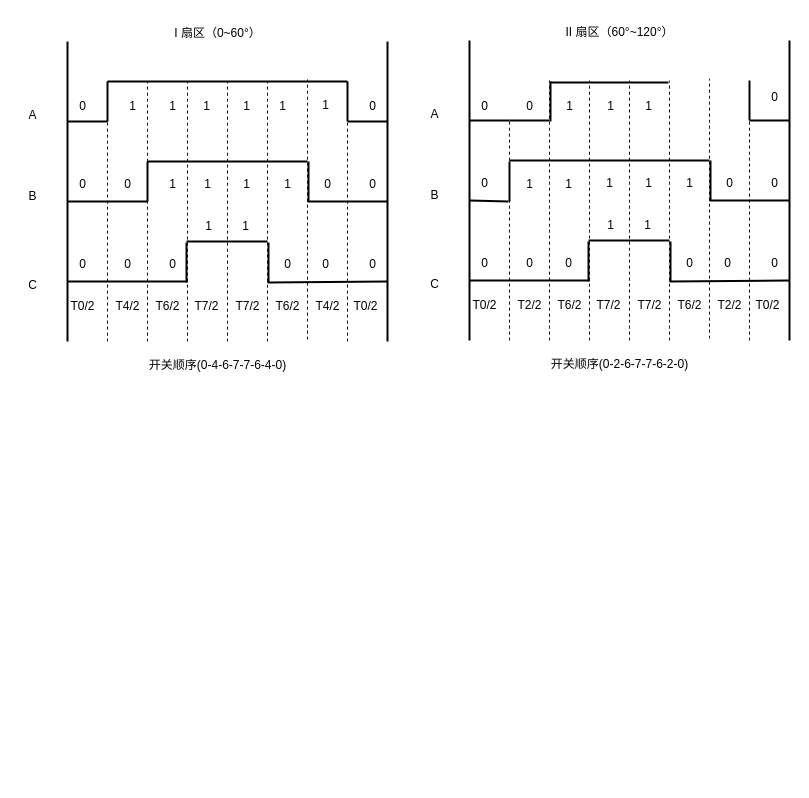
This is page "SVPWM 开关时序" (3 of 3) of SVPWM 脉冲调制.drawio from Vinson-001/Blog-flow-chart, a draw.io file, before an edit. Source tidied: cells renumbered, new cells numbered last; positions are measured from the earlier drawing's top-left corner, leaving out a move shared by most shapes. Both pictures are drawn from the tidied source at 100%, with x=0, y=0 at pixel (17, 17).
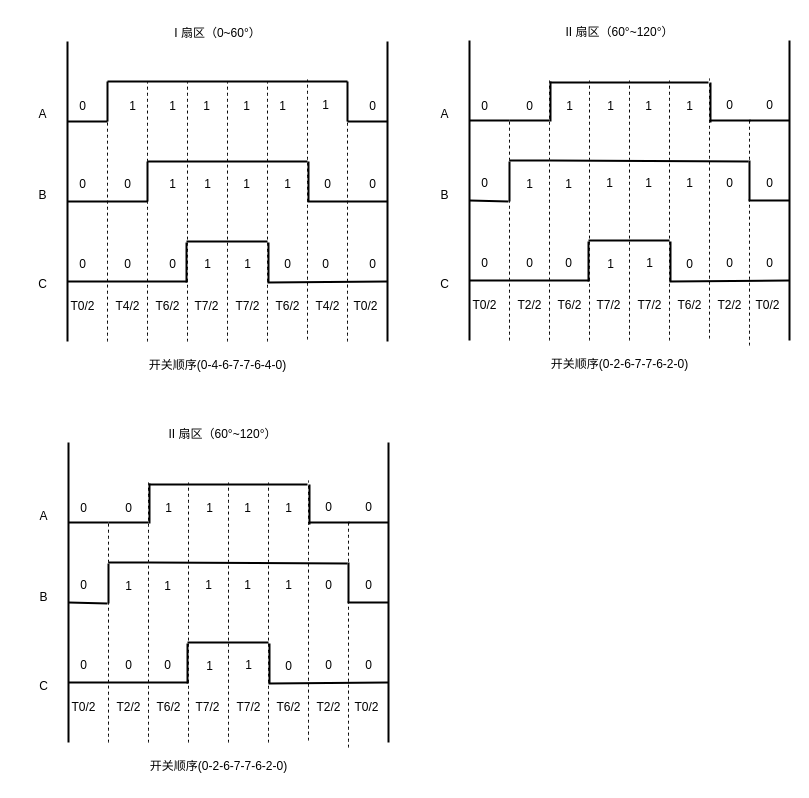
The same diagram, later.

Commit message (it also covers changes not shown here):
更新SVPWM 脉冲调制.drawio

Diff of the diagram source:
```diff
@@
     <mxCell id="15" value="A" style="text;html=1;align=center;verticalAlign=middle;strokeColor=none;fillColor=none;" parent="1" vertex="1">
-      <mxGeometry y="83" width="30" height="30" as="geometry" />
+      <mxGeometry x="10" y="82" width="30" height="30" as="geometry" />
     </mxCell>
@@
     <mxCell id="31" value="1" style="text;html=1;align=center;verticalAlign=middle;strokeColor=none;fillColor=none;" parent="1" vertex="1">
-      <mxGeometry x="176" y="194" width="30" height="30" as="geometry" />
+      <mxGeometry x="175" y="232" width="30" height="30" as="geometry" />
     </mxCell>
@@
     <mxCell id="42" value="1" style="text;html=1;align=center;verticalAlign=middle;strokeColor=none;fillColor=none;" parent="1" vertex="1">
-      <mxGeometry x="213" y="194" width="30" height="30" as="geometry" />
+      <mxGeometry x="215" y="232" width="30" height="30" as="geometry" />
     </mxCell>
     <mxCell id="43" value="B" style="text;html=1;align=center;verticalAlign=middle;strokeColor=none;fillColor=none;" parent="1" vertex="1">
-      <mxGeometry y="164" width="30" height="30" as="geometry" />
+      <mxGeometry x="10" y="163" width="30" height="30" as="geometry" />
     </mxCell>
     <mxCell id="44" value="C" style="text;html=1;align=center;verticalAlign=middle;strokeColor=none;fillColor=none;" parent="1" vertex="1">
-      <mxGeometry y="253" width="30" height="30" as="geometry" />
+      <mxGeometry x="10" y="252" width="30" height="30" as="geometry" />
     </mxCell>
@@
     <mxCell id="64" style="endArrow=none;html=1;rounded=0;curved=1;strokeWidth=2;" parent="1" edge="1">
       <mxGeometry relative="1" as="geometry">
-        <mxPoint x="732" y="103" as="sourcePoint" />
-        <mxPoint x="732" y="63" as="targetPoint" />
+        <mxPoint x="693" y="105" as="sourcePoint" />
+        <mxPoint x="693" y="65" as="targetPoint" />
       </mxGeometry>
     </mxCell>
@@
     <mxCell id="66" value="0" style="text;html=1;align=center;verticalAlign=middle;strokeColor=none;fillColor=none;" parent="1" vertex="1">
-      <mxGeometry x="742" y="65" width="30" height="30" as="geometry" />
+      <mxGeometry x="737" y="73" width="30" height="30" as="geometry" />
     </mxCell>
@@
     <mxCell id="68" value="A" style="text;html=1;align=center;verticalAlign=middle;strokeColor=none;fillColor=none;" parent="1" vertex="1">
-      <mxGeometry x="402" y="82" width="30" height="30" as="geometry" />
+      <mxGeometry x="412" y="82" width="30" height="30" as="geometry" />
     </mxCell>
@@
     <mxCell id="71" style="endArrow=none;html=1;rounded=0;curved=1;strokeWidth=2;" parent="1" edge="1">
       <mxGeometry relative="1" as="geometry">
         <mxPoint x="532" y="143" as="sourcePoint" />
-        <mxPoint x="692" y="143" as="targetPoint" />
+        <mxPoint x="731" y="144" as="targetPoint" />
       </mxGeometry>
     </mxCell>
     <mxCell id="72" style="endArrow=none;html=1;rounded=0;curved=1;strokeWidth=2;" parent="1" edge="1">
       <mxGeometry relative="1" as="geometry">
-        <mxPoint x="693" y="183" as="sourcePoint" />
-        <mxPoint x="693" y="143" as="targetPoint" />
+        <mxPoint x="732" y="183" as="sourcePoint" />
+        <mxPoint x="732" y="143" as="targetPoint" />
       </mxGeometry>
     </mxCell>
     <mxCell id="73" style="endArrow=none;html=1;rounded=0;curved=1;strokeWidth=2;" parent="1" edge="1">
       <mxGeometry relative="1" as="geometry">
-        <mxPoint x="692" y="183" as="sourcePoint" />
+        <mxPoint x="731" y="183" as="sourcePoint" />
         <mxPoint x="772" y="183" as="targetPoint" />
       </mxGeometry>
     </mxCell>
@@
     <mxCell id="84" value="1" style="text;html=1;align=center;verticalAlign=middle;strokeColor=none;fillColor=none;" parent="1" vertex="1">
-      <mxGeometry x="578" y="193" width="30" height="30" as="geometry" />
+      <mxGeometry x="578" y="232" width="30" height="30" as="geometry" />
     </mxCell>
@@
     <mxCell id="88" value="0" style="text;html=1;align=center;verticalAlign=middle;strokeColor=none;fillColor=none;" parent="1" vertex="1">
-      <mxGeometry x="657" y="231" width="30" height="30" as="geometry" />
+      <mxGeometry x="657" y="232" width="30" height="30" as="geometry" />
     </mxCell>
     <mxCell id="89" value="0" style="text;html=1;align=center;verticalAlign=middle;strokeColor=none;fillColor=none;" parent="1" vertex="1">
-      <mxGeometry x="695" y="231" width="30" height="30" as="geometry" />
+      <mxGeometry x="697" y="231" width="30" height="30" as="geometry" />
     </mxCell>
     <mxCell id="90" value="0" style="text;html=1;align=center;verticalAlign=middle;strokeColor=none;fillColor=none;" parent="1" vertex="1">
-      <mxGeometry x="742" y="231" width="30" height="30" as="geometry" />
+      <mxGeometry x="737" y="231" width="30" height="30" as="geometry" />
     </mxCell>
@@
     <mxCell id="93" value="0" style="text;html=1;align=center;verticalAlign=middle;strokeColor=none;fillColor=none;" parent="1" vertex="1">
-      <mxGeometry x="742" y="151" width="30" height="30" as="geometry" />
+      <mxGeometry x="737" y="151" width="30" height="30" as="geometry" />
     </mxCell>
     <mxCell id="94" value="1" style="text;html=1;align=center;verticalAlign=middle;strokeColor=none;fillColor=none;" parent="1" vertex="1">
-      <mxGeometry x="615" y="193" width="30" height="30" as="geometry" />
+      <mxGeometry x="617" y="231" width="30" height="30" as="geometry" />
     </mxCell>
     <mxCell id="95" value="B" style="text;html=1;align=center;verticalAlign=middle;strokeColor=none;fillColor=none;" parent="1" vertex="1">
-      <mxGeometry x="402" y="163" width="30" height="30" as="geometry" />
+      <mxGeometry x="412" y="163" width="30" height="30" as="geometry" />
     </mxCell>
     <mxCell id="96" value="C" style="text;html=1;align=center;verticalAlign=middle;strokeColor=none;fillColor=none;" parent="1" vertex="1">
-      <mxGeometry x="402" y="252" width="30" height="30" as="geometry" />
+      <mxGeometry x="412" y="252" width="30" height="30" as="geometry" />
     </mxCell>
@@
     <mxCell id="112" style="endArrow=none;dashed=1;html=1;rounded=0;curved=1;" parent="1" edge="1">
       <mxGeometry relative="1" as="geometry">
-        <mxPoint x="732" y="323" as="sourcePoint" />
-        <mxPoint x="732" y="96" as="targetPoint" />
+        <mxPoint x="732" y="328" as="sourcePoint" />
+        <mxPoint x="732" y="101" as="targetPoint" />
       </mxGeometry>
     </mxCell>
@@
     <mxCell id="120" style="endArrow=none;html=1;rounded=0;curved=1;strokeWidth=2;" parent="1" edge="1">
       <mxGeometry relative="1" as="geometry">
         <mxPoint x="532" y="65" as="sourcePoint" />
-        <mxPoint x="651" y="65" as="targetPoint" />
+        <mxPoint x="691" y="65" as="targetPoint" />
       </mxGeometry>
     </mxCell>
@@
+    <mxCell id="124" style="endArrow=none;html=1;rounded=0;curved=1;strokeWidth=2;" parent="1" edge="1">
+      <mxGeometry relative="1" as="geometry">
+        <mxPoint x="693" y="103" as="sourcePoint" />
+        <mxPoint x="733" y="103" as="targetPoint" />
+      </mxGeometry>
+    </mxCell>
+    <mxCell id="125" value="1" style="text;html=1;align=center;verticalAlign=middle;strokeColor=none;fillColor=none;" parent="1" vertex="1">
+      <mxGeometry x="657" y="74" width="30" height="30" as="geometry" />
+    </mxCell>
+    <mxCell id="126" value="0" style="text;html=1;align=center;verticalAlign=middle;strokeColor=none;fillColor=none;" parent="1" vertex="1">
+      <mxGeometry x="697" y="73" width="30" height="30" as="geometry" />
+    </mxCell>
+    <mxCell id="127" style="endArrow=none;html=1;rounded=0;curved=1;strokeWidth=2;" parent="1" edge="1">
+      <mxGeometry relative="1" as="geometry">
+        <mxPoint x="51" y="505" as="sourcePoint" />
+        <mxPoint x="91" y="505" as="targetPoint" />
+      </mxGeometry>
+    </mxCell>
+    <mxCell id="128" style="endArrow=none;html=1;rounded=0;curved=1;strokeWidth=2;" parent="1" edge="1">
+      <mxGeometry relative="1" as="geometry">
+        <mxPoint x="292" y="507" as="sourcePoint" />
+        <mxPoint x="292" y="467" as="targetPoint" />
+      </mxGeometry>
+    </mxCell>
+    <mxCell id="129" style="endArrow=none;html=1;rounded=0;curved=1;strokeWidth=2;" parent="1" edge="1">
+      <mxGeometry relative="1" as="geometry">
+        <mxPoint x="331" y="505" as="sourcePoint" />
+        <mxPoint x="371" y="505" as="targetPoint" />
+      </mxGeometry>
+    </mxCell>
+    <mxCell id="130" value="0" style="text;html=1;align=center;verticalAlign=middle;strokeColor=none;fillColor=none;" parent="1" vertex="1">
+      <mxGeometry x="336" y="475" width="30" height="30" as="geometry" />
+    </mxCell>
+    <mxCell id="131" style="endArrow=none;html=1;rounded=0;curved=1;strokeWidth=2;" parent="1" edge="1">
+      <mxGeometry relative="1" as="geometry">
+        <mxPoint x="51" y="725" as="sourcePoint" />
+        <mxPoint x="51" y="425" as="targetPoint" />
+      </mxGeometry>
+    </mxCell>
+    <mxCell id="132" value="A" style="text;html=1;align=center;verticalAlign=middle;strokeColor=none;fillColor=none;" parent="1" vertex="1">
+      <mxGeometry x="11" y="484" width="30" height="30" as="geometry" />
+    </mxCell>
+    <mxCell id="133" style="endArrow=none;html=1;rounded=0;curved=1;strokeWidth=2;" parent="1" edge="1">
+      <mxGeometry relative="1" as="geometry">
+        <mxPoint x="51" y="585" as="sourcePoint" />
+        <mxPoint x="90" y="586" as="targetPoint" />
+      </mxGeometry>
+    </mxCell>
+    <mxCell id="134" style="endArrow=none;html=1;rounded=0;curved=1;strokeWidth=2;" parent="1" edge="1">
+      <mxGeometry relative="1" as="geometry">
+        <mxPoint x="91" y="586" as="sourcePoint" />
+        <mxPoint x="91" y="546" as="targetPoint" />
+      </mxGeometry>
+    </mxCell>
+    <mxCell id="135" style="endArrow=none;html=1;rounded=0;curved=1;strokeWidth=2;" parent="1" edge="1">
+      <mxGeometry relative="1" as="geometry">
+        <mxPoint x="131" y="545" as="sourcePoint" />
+        <mxPoint x="330" y="546" as="targetPoint" />
+      </mxGeometry>
+    </mxCell>
+    <mxCell id="136" style="endArrow=none;html=1;rounded=0;curved=1;strokeWidth=2;" parent="1" edge="1">
+      <mxGeometry relative="1" as="geometry">
+        <mxPoint x="331" y="585" as="sourcePoint" />
+        <mxPoint x="331" y="545" as="targetPoint" />
+      </mxGeometry>
+    </mxCell>
+    <mxCell id="137" style="endArrow=none;html=1;rounded=0;curved=1;strokeWidth=2;" parent="1" edge="1">
+      <mxGeometry relative="1" as="geometry">
+        <mxPoint x="330" y="585" as="sourcePoint" />
+        <mxPoint x="371" y="585" as="targetPoint" />
+      </mxGeometry>
+    </mxCell>
+    <mxCell id="138" style="endArrow=none;html=1;rounded=0;curved=1;strokeWidth=2;" parent="1" edge="1">
+      <mxGeometry relative="1" as="geometry">
+        <mxPoint x="51" y="665" as="sourcePoint" />
+        <mxPoint x="171" y="665" as="targetPoint" />
+      </mxGeometry>
+    </mxCell>
+    <mxCell id="139" value="0" style="text;html=1;align=center;verticalAlign=middle;strokeColor=none;fillColor=none;" parent="1" vertex="1">
+      <mxGeometry x="51" y="553" width="30" height="30" as="geometry" />
+    </mxCell>
+    <mxCell id="140" value="0" style="text;html=1;align=center;verticalAlign=middle;strokeColor=none;fillColor=none;" parent="1" vertex="1">
+      <mxGeometry x="51" y="633" width="30" height="30" as="geometry" />
+    </mxCell>
+    <mxCell id="141" value="1" style="text;html=1;align=center;verticalAlign=middle;strokeColor=none;fillColor=none;" parent="1" vertex="1">
+      <mxGeometry x="96" y="554" width="30" height="30" as="geometry" />
+    </mxCell>
+    <mxCell id="142" value="0" style="text;html=1;align=center;verticalAlign=middle;strokeColor=none;fillColor=none;" parent="1" vertex="1">
+      <mxGeometry x="96" y="633" width="30" height="30" as="geometry" />
+    </mxCell>
+    <mxCell id="143" value="1" style="text;html=1;align=center;verticalAlign=middle;strokeColor=none;fillColor=none;" parent="1" vertex="1">
+      <mxGeometry x="135" y="554" width="30" height="30" as="geometry" />
+    </mxCell>
+    <mxCell id="144" value="0" style="text;html=1;align=center;verticalAlign=middle;strokeColor=none;fillColor=none;" parent="1" vertex="1">
+      <mxGeometry x="135" y="633" width="30" height="30" as="geometry" />
+    </mxCell>
+    <mxCell id="145" value="1" style="text;html=1;align=center;verticalAlign=middle;strokeColor=none;fillColor=none;" parent="1" vertex="1">
+      <mxGeometry x="176" y="553" width="30" height="30" as="geometry" />
+    </mxCell>
+    <mxCell id="146" style="endArrow=none;html=1;rounded=0;curved=1;strokeWidth=2;" parent="1" edge="1">
+      <mxGeometry relative="1" as="geometry">
+        <mxPoint x="170" y="666" as="sourcePoint" />
+        <mxPoint x="170" y="626" as="targetPoint" />
+      </mxGeometry>
+    </mxCell>
+    <mxCell id="147" style="endArrow=none;html=1;rounded=0;curved=1;strokeWidth=2;" parent="1" edge="1">
+      <mxGeometry relative="1" as="geometry">
+        <mxPoint x="170" y="625" as="sourcePoint" />
+        <mxPoint x="251" y="625" as="targetPoint" />
+      </mxGeometry>
+    </mxCell>
+    <mxCell id="148" value="1" style="text;html=1;align=center;verticalAlign=middle;strokeColor=none;fillColor=none;" parent="1" vertex="1">
+      <mxGeometry x="177" y="634" width="30" height="30" as="geometry" />
+    </mxCell>
+    <mxCell id="149" value="1" style="text;html=1;align=center;verticalAlign=middle;strokeColor=none;fillColor=none;" parent="1" vertex="1">
+      <mxGeometry x="215" y="553" width="30" height="30" as="geometry" />
+    </mxCell>
+    <mxCell id="150" style="endArrow=none;html=1;rounded=0;curved=1;strokeWidth=2;" parent="1" edge="1">
+      <mxGeometry relative="1" as="geometry">
+        <mxPoint x="252" y="666" as="sourcePoint" />
+        <mxPoint x="252" y="626" as="targetPoint" />
+      </mxGeometry>
+    </mxCell>
+    <mxCell id="151" style="endArrow=none;html=1;rounded=0;curved=1;strokeWidth=2;" parent="1" edge="1">
+      <mxGeometry relative="1" as="geometry">
+        <mxPoint x="251" y="666" as="sourcePoint" />
+        <mxPoint x="371" y="665" as="targetPoint" />
+      </mxGeometry>
+    </mxCell>
+    <mxCell id="152" value="0" style="text;html=1;align=center;verticalAlign=middle;strokeColor=none;fillColor=none;" parent="1" vertex="1">
+      <mxGeometry x="256" y="634" width="30" height="30" as="geometry" />
+    </mxCell>
+    <mxCell id="153" value="0" style="text;html=1;align=center;verticalAlign=middle;strokeColor=none;fillColor=none;" parent="1" vertex="1">
+      <mxGeometry x="296" y="633" width="30" height="30" as="geometry" />
+    </mxCell>
+    <mxCell id="154" value="0" style="text;html=1;align=center;verticalAlign=middle;strokeColor=none;fillColor=none;" parent="1" vertex="1">
+      <mxGeometry x="336" y="633" width="30" height="30" as="geometry" />
+    </mxCell>
+    <mxCell id="155" value="1" style="text;html=1;align=center;verticalAlign=middle;strokeColor=none;fillColor=none;" parent="1" vertex="1">
+      <mxGeometry x="256" y="553" width="30" height="30" as="geometry" />
+    </mxCell>
+    <mxCell id="156" value="0" style="text;html=1;align=center;verticalAlign=middle;strokeColor=none;fillColor=none;" parent="1" vertex="1">
+      <mxGeometry x="296" y="553" width="30" height="30" as="geometry" />
+    </mxCell>
+    <mxCell id="157" value="0" style="text;html=1;align=center;verticalAlign=middle;strokeColor=none;fillColor=none;" parent="1" vertex="1">
+      <mxGeometry x="336" y="553" width="30" height="30" as="geometry" />
+    </mxCell>
+    <mxCell id="158" value="1" style="text;html=1;align=center;verticalAlign=middle;strokeColor=none;fillColor=none;" parent="1" vertex="1">
+      <mxGeometry x="216" y="633" width="30" height="30" as="geometry" />
+    </mxCell>
+    <mxCell id="159" value="B" style="text;html=1;align=center;verticalAlign=middle;strokeColor=none;fillColor=none;" parent="1" vertex="1">
+      <mxGeometry x="11" y="565" width="30" height="30" as="geometry" />
+    </mxCell>
+    <mxCell id="160" value="C" style="text;html=1;align=center;verticalAlign=middle;strokeColor=none;fillColor=none;" parent="1" vertex="1">
+      <mxGeometry x="11" y="654" width="30" height="30" as="geometry" />
+    </mxCell>
+    <mxCell id="161" style="endArrow=none;html=1;rounded=0;curved=1;strokeWidth=2;" parent="1" edge="1">
+      <mxGeometry relative="1" as="geometry">
+        <mxPoint x="371" y="725" as="sourcePoint" />
+        <mxPoint x="371" y="425" as="targetPoint" />
+      </mxGeometry>
+    </mxCell>
+    <mxCell id="162" value="T0/2" style="text;html=1;align=center;verticalAlign=middle;strokeColor=none;fillColor=none;" parent="1" vertex="1">
+      <mxGeometry x="41" y="675" width="50" height="30" as="geometry" />
+    </mxCell>
+    <mxCell id="163" value="T2/2" style="text;html=1;align=center;verticalAlign=middle;strokeColor=none;fillColor=none;" parent="1" vertex="1">
+      <mxGeometry x="86" y="675" width="50" height="30" as="geometry" />
+    </mxCell>
+    <mxCell id="164" value="T6/2" style="text;html=1;align=center;verticalAlign=middle;strokeColor=none;fillColor=none;" parent="1" vertex="1">
+      <mxGeometry x="126" y="675" width="50" height="30" as="geometry" />
+    </mxCell>
+    <mxCell id="165" value="T7/2" style="text;html=1;align=center;verticalAlign=middle;strokeColor=none;fillColor=none;" parent="1" vertex="1">
+      <mxGeometry x="165" y="675" width="50" height="30" as="geometry" />
+    </mxCell>
+    <mxCell id="166" value="T7/2" style="text;html=1;align=center;verticalAlign=middle;strokeColor=none;fillColor=none;" parent="1" vertex="1">
+      <mxGeometry x="206" y="675" width="50" height="30" as="geometry" />
+    </mxCell>
+    <mxCell id="167" value="T6/2" style="text;html=1;align=center;verticalAlign=middle;strokeColor=none;fillColor=none;" parent="1" vertex="1">
+      <mxGeometry x="246" y="675" width="50" height="30" as="geometry" />
+    </mxCell>
+    <mxCell id="168" value="T2/2" style="text;html=1;align=center;verticalAlign=middle;strokeColor=none;fillColor=none;" parent="1" vertex="1">
+      <mxGeometry x="286" y="675" width="50" height="30" as="geometry" />
+    </mxCell>
+    <mxCell id="169" value="T0/2" style="text;html=1;align=center;verticalAlign=middle;strokeColor=none;fillColor=none;" parent="1" vertex="1">
+      <mxGeometry x="324" y="675" width="50" height="30" as="geometry" />
+    </mxCell>
+    <mxCell id="170" style="endArrow=none;dashed=1;html=1;rounded=0;curved=1;" parent="1" edge="1">
+      <mxGeometry relative="1" as="geometry">
+        <mxPoint x="91" y="725" as="sourcePoint" />
+        <mxPoint x="91" y="505" as="targetPoint" />
+      </mxGeometry>
+    </mxCell>
+    <mxCell id="171" style="endArrow=none;dashed=1;html=1;rounded=0;curved=1;" parent="1" edge="1">
+      <mxGeometry relative="1" as="geometry">
+        <mxPoint x="131" y="725" as="sourcePoint" />
+        <mxPoint x="131" y="465" as="targetPoint" />
+      </mxGeometry>
+    </mxCell>
+    <mxCell id="172" style="endArrow=none;dashed=1;html=1;rounded=0;curved=1;" parent="1" edge="1">
+      <mxGeometry relative="1" as="geometry">
+        <mxPoint x="171" y="725" as="sourcePoint" />
+        <mxPoint x="171" y="465" as="targetPoint" />
+      </mxGeometry>
+    </mxCell>
+    <mxCell id="173" style="endArrow=none;dashed=1;html=1;rounded=0;curved=1;" parent="1" edge="1">
+      <mxGeometry relative="1" as="geometry">
+        <mxPoint x="211" y="725" as="sourcePoint" />
+        <mxPoint x="211" y="465" as="targetPoint" />
+      </mxGeometry>
+    </mxCell>
+    <mxCell id="174" style="endArrow=none;dashed=1;html=1;rounded=0;curved=1;" parent="1" edge="1">
+      <mxGeometry relative="1" as="geometry">
+        <mxPoint x="251" y="725" as="sourcePoint" />
+        <mxPoint x="251" y="465" as="targetPoint" />
+      </mxGeometry>
+    </mxCell>
+    <mxCell id="175" style="endArrow=none;dashed=1;html=1;rounded=0;curved=1;" parent="1" edge="1">
+      <mxGeometry relative="1" as="geometry">
+        <mxPoint x="291" y="723" as="sourcePoint" />
+        <mxPoint x="291" y="463" as="targetPoint" />
+      </mxGeometry>
+    </mxCell>
+    <mxCell id="176" style="endArrow=none;dashed=1;html=1;rounded=0;curved=1;" parent="1" edge="1">
+      <mxGeometry relative="1" as="geometry">
+        <mxPoint x="331" y="730" as="sourcePoint" />
+        <mxPoint x="331" y="503" as="targetPoint" />
+      </mxGeometry>
+    </mxCell>
+    <mxCell id="177" value="II 扇区（60°~120°）" style="text;html=1;align=center;verticalAlign=middle;strokeColor=none;fillColor=none;" parent="1" vertex="1">
+      <mxGeometry x="140" y="402" width="130" height="30" as="geometry" />
+    </mxCell>
+    <mxCell id="178" value="开关顺序(0-2-6-7-7-6-2-0)" style="text;html=1;align=center;verticalAlign=middle;strokeColor=none;fillColor=none;" parent="1" vertex="1">
+      <mxGeometry x="121" y="734" width="160" height="30" as="geometry" />
+    </mxCell>
+    <mxCell id="179" style="endArrow=none;html=1;rounded=0;curved=1;strokeWidth=2;" parent="1" edge="1">
+      <mxGeometry relative="1" as="geometry">
+        <mxPoint x="91" y="545" as="sourcePoint" />
+        <mxPoint x="131" y="545" as="targetPoint" />
+      </mxGeometry>
+    </mxCell>
+    <mxCell id="180" value="0" style="text;html=1;align=center;verticalAlign=middle;strokeColor=none;fillColor=none;" parent="1" vertex="1">
+      <mxGeometry x="51" y="476" width="30" height="30" as="geometry" />
+    </mxCell>
+    <mxCell id="181" style="endArrow=none;html=1;rounded=0;curved=1;strokeWidth=2;" parent="1" edge="1">
+      <mxGeometry relative="1" as="geometry">
+        <mxPoint x="91" y="505" as="sourcePoint" />
+        <mxPoint x="131" y="505" as="targetPoint" />
+      </mxGeometry>
+    </mxCell>
+    <mxCell id="182" value="0" style="text;html=1;align=center;verticalAlign=middle;strokeColor=none;fillColor=none;" parent="1" vertex="1">
+      <mxGeometry x="96" y="476" width="30" height="30" as="geometry" />
+    </mxCell>
+    <mxCell id="183" style="endArrow=none;html=1;rounded=0;curved=1;strokeWidth=2;" parent="1" edge="1">
+      <mxGeometry relative="1" as="geometry">
+        <mxPoint x="132" y="506" as="sourcePoint" />
+        <mxPoint x="132" y="466" as="targetPoint" />
+      </mxGeometry>
+    </mxCell>
+    <mxCell id="184" style="endArrow=none;html=1;rounded=0;curved=1;strokeWidth=2;" parent="1" edge="1">
+      <mxGeometry relative="1" as="geometry">
+        <mxPoint x="131" y="467" as="sourcePoint" />
+        <mxPoint x="290" y="467" as="targetPoint" />
+      </mxGeometry>
+    </mxCell>
+    <mxCell id="185" value="1" style="text;html=1;align=center;verticalAlign=middle;strokeColor=none;fillColor=none;" parent="1" vertex="1">
+      <mxGeometry x="136" y="476" width="30" height="30" as="geometry" />
+    </mxCell>
+    <mxCell id="186" value="1" style="text;html=1;align=center;verticalAlign=middle;strokeColor=none;fillColor=none;" parent="1" vertex="1">
+      <mxGeometry x="177" y="476" width="30" height="30" as="geometry" />
+    </mxCell>
+    <mxCell id="187" value="1" style="text;html=1;align=center;verticalAlign=middle;strokeColor=none;fillColor=none;" parent="1" vertex="1">
+      <mxGeometry x="215" y="476" width="30" height="30" as="geometry" />
+    </mxCell>
+    <mxCell id="188" style="endArrow=none;html=1;rounded=0;curved=1;strokeWidth=2;" parent="1" edge="1">
+      <mxGeometry relative="1" as="geometry">
+        <mxPoint x="292" y="505" as="sourcePoint" />
+        <mxPoint x="332" y="505" as="targetPoint" />
+      </mxGeometry>
+    </mxCell>
+    <mxCell id="189" value="1" style="text;html=1;align=center;verticalAlign=middle;strokeColor=none;fillColor=none;" parent="1" vertex="1">
+      <mxGeometry x="256" y="476" width="30" height="30" as="geometry" />
+    </mxCell>
+    <mxCell id="190" value="0" style="text;html=1;align=center;verticalAlign=middle;strokeColor=none;fillColor=none;" parent="1" vertex="1">
+      <mxGeometry x="296" y="475" width="30" height="30" as="geometry" />
+    </mxCell>
```
